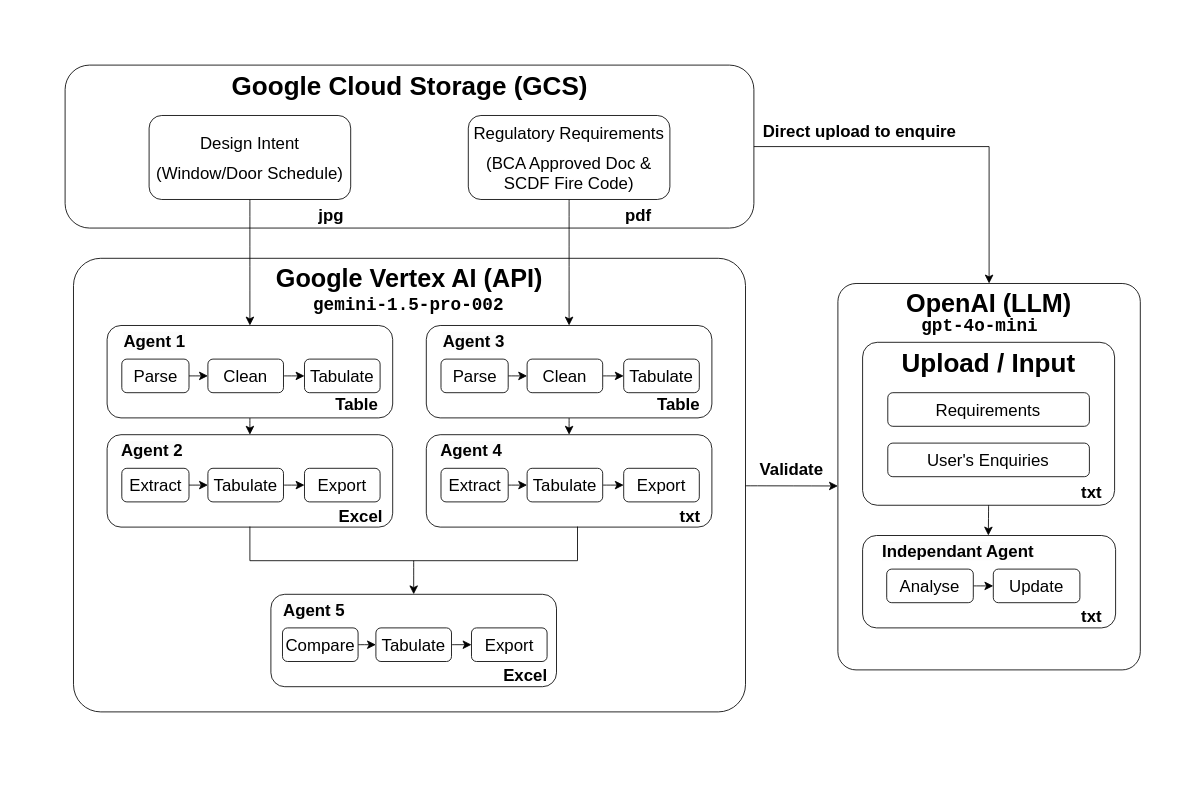
This is pictures/Untitled Diagram.drawio from integrations-space/streamlit, a draw.io file, before an edit. Source tidied: cells renumbered, new cells numbered last; positions are measured from the earlier drawing's top-left corner, leaving out a move shared by most shapes. Both pictures are drawn from the tidied source at 84%, with x=0, y=0 at pixel (65, 65).
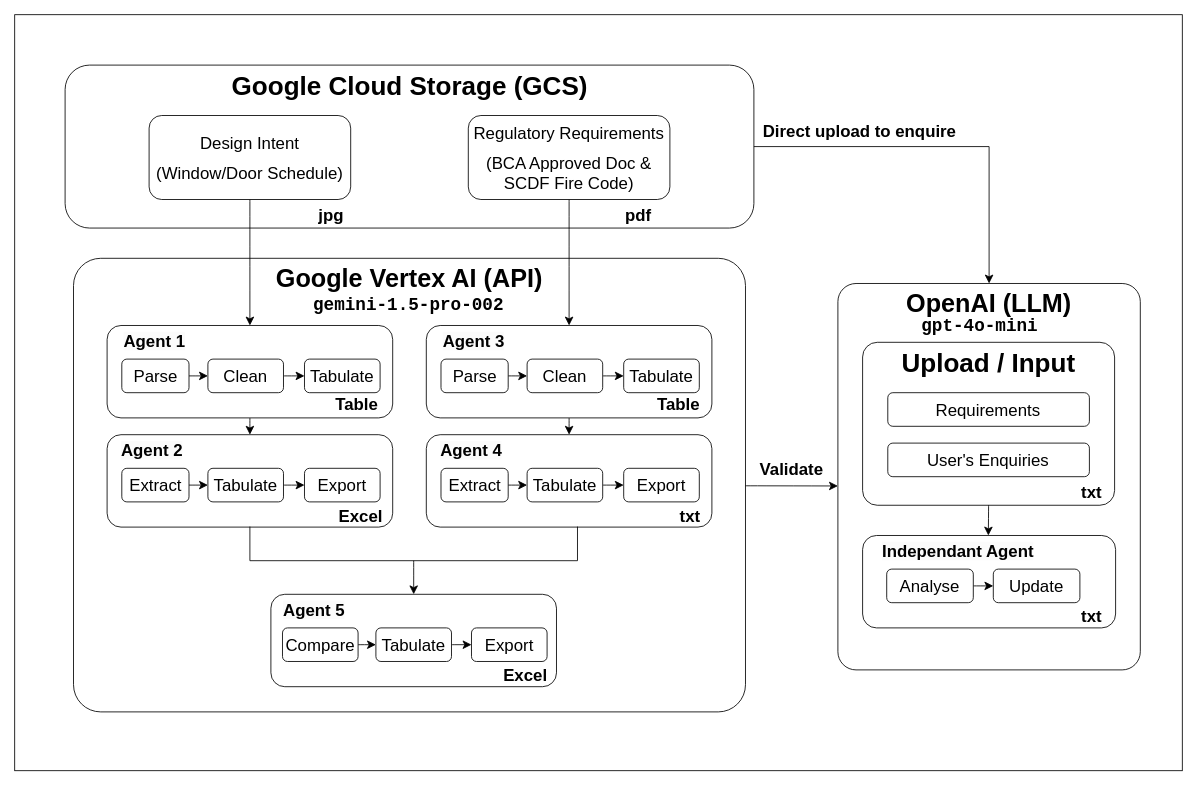
The same diagram, later.

Diff of the diagram source:
```diff
@@
+    <mxCell id="75" style="rounded=0;whiteSpace=wrap;html=1;labelBorderColor=#CCCCCC;" parent="1" vertex="1">
+      <mxGeometry x="-60" y="-60" width="1390" height="900" as="geometry" />
+    </mxCell>
```
